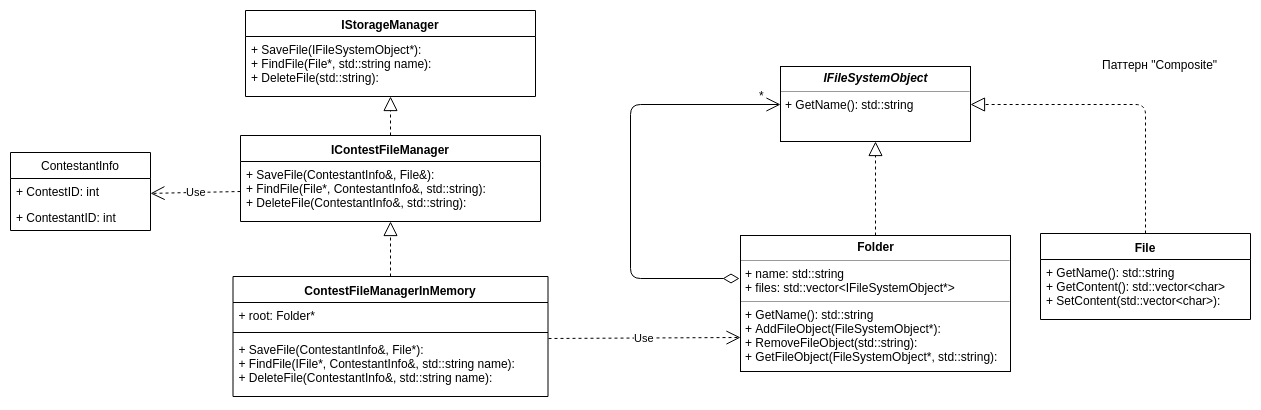
The draw.io diagram libfilebase/docs/FileStorageUML.png in tp-contest/pickle-rick, before a commit. Source tidied: cells renumbered, new cells last; positions are measured from the earlier drawing's top-left corner, leaving out a move shared by most shapes.
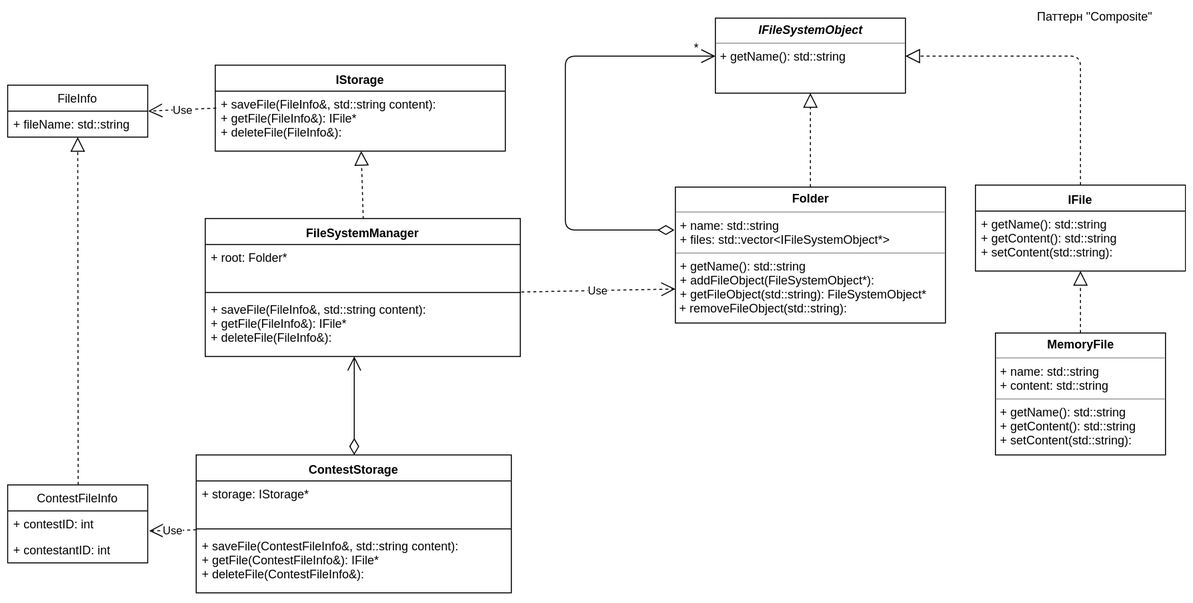
Later version of the same file.

Commit message:
updated UML to show the changes done during the rework

What changed in the source:
```diff
@@ -2,16 +2,16 @@
   <root>
     <mxCell id="0" />
     <mxCell id="1" parent="0" />
-    <mxCell id="2" value="&lt;p style=&quot;margin: 0px ; margin-top: 4px ; text-align: center&quot;&gt;&lt;i&gt;&lt;b&gt;IFileSystemObject&lt;/b&gt;&lt;/i&gt;&lt;br&gt;&lt;/p&gt;&lt;hr size=&quot;1&quot;&gt;&lt;p style=&quot;margin: 0px ; margin-left: 4px&quot;&gt;+ GetName(): std::string&lt;/p&gt;" style="verticalAlign=top;align=left;overflow=fill;fontSize=12;fontFamily=Helvetica;html=1;" parent="1" vertex="1">
+    <mxCell id="2" value="&lt;p style=&quot;margin: 0px ; margin-top: 4px ; text-align: center&quot;&gt;&lt;i&gt;&lt;b&gt;IFileSystemObject&lt;/b&gt;&lt;/i&gt;&lt;br&gt;&lt;/p&gt;&lt;hr size=&quot;1&quot;&gt;&lt;p style=&quot;margin: 0px ; margin-left: 4px&quot;&gt;+ getName(): std::string&lt;/p&gt;" style="verticalAlign=top;align=left;overflow=fill;fontSize=12;fontFamily=Helvetica;html=1;" parent="1" vertex="1">
       <mxGeometry x="770" y="56" width="190" height="75" as="geometry" />
     </mxCell>
-    <mxCell id="3" value="File" style="swimlane;fontStyle=1;align=center;verticalAlign=top;horizontal=1;startSize=26;" parent="1" vertex="1">
+    <mxCell id="3" value="IFile" style="swimlane;fontStyle=1;align=center;verticalAlign=top;horizontal=1;startSize=26;" parent="1" vertex="1">
       <mxGeometry x="1030" y="223" width="210" height="86" as="geometry" />
     </mxCell>
-    <mxCell id="4" value="+ GetName(): std::string&#10;+ GetContent(): std::vector&lt;char&gt;&#10;+ SetContent(std::vector&lt;char&gt;):&#10;" style="text;strokeColor=none;fillColor=none;align=left;verticalAlign=top;spacingLeft=4;spacingRight=4;overflow=hidden;points=[[0,0.5],[1,0.5]];portConstraint=eastwest;" parent="3" vertex="1">
+    <mxCell id="4" value="+ getName(): std::string&#10;+ getContent(): std::string&#10;+ setContent(std::string):&#10;" style="text;strokeColor=none;fillColor=none;align=left;verticalAlign=top;spacingLeft=4;spacingRight=4;overflow=hidden;points=[[0,0.5],[1,0.5]];portConstraint=eastwest;" parent="3" vertex="1">
       <mxGeometry y="26" width="210" height="60" as="geometry" />
     </mxCell>
-    <mxCell id="5" value="&lt;p style=&quot;margin: 0px ; margin-top: 4px ; text-align: center&quot;&gt;&lt;b&gt;Folder&lt;/b&gt;&lt;/p&gt;&lt;hr size=&quot;1&quot;&gt;&lt;p style=&quot;margin: 0px ; margin-left: 4px&quot;&gt;+ name: std::string&lt;br&gt;+ files: std::vector&amp;lt;IFileSystemObject*&amp;gt;&lt;/p&gt;&lt;hr size=&quot;1&quot;&gt;&lt;p style=&quot;margin: 0px ; margin-left: 4px&quot;&gt;+ GetName(): std::string&lt;/p&gt;&lt;p style=&quot;margin: 0px ; margin-left: 4px&quot;&gt;+ AddFileObject(FileSystemObject*):&lt;/p&gt;&lt;p style=&quot;margin: 0px ; margin-left: 4px&quot;&gt;+ RemoveFileObject(std::string):&lt;/p&gt;&lt;p style=&quot;margin: 0px ; margin-left: 4px&quot;&gt;+ GetFileObject(FileSystemObject*, std::string):&lt;/p&gt;" style="verticalAlign=top;align=left;overflow=fill;fontSize=12;fontFamily=Helvetica;html=1;" parent="1" vertex="1">
+    <mxCell id="5" value="&lt;p style=&quot;margin: 0px ; margin-top: 4px ; text-align: center&quot;&gt;&lt;b&gt;Folder&lt;/b&gt;&lt;/p&gt;&lt;hr size=&quot;1&quot;&gt;&lt;p style=&quot;margin: 0px ; margin-left: 4px&quot;&gt;+ name: std::string&lt;br&gt;+ files: std::vector&amp;lt;IFileSystemObject*&amp;gt;&lt;/p&gt;&lt;hr size=&quot;1&quot;&gt;&lt;p style=&quot;margin: 0px ; margin-left: 4px&quot;&gt;+ getName(): std::string&lt;/p&gt;&lt;p style=&quot;margin: 0px ; margin-left: 4px&quot;&gt;+ addFileObject(FileSystemObject*):&lt;/p&gt;&lt;p style=&quot;margin: 0px ; margin-left: 4px&quot;&gt;+ getFileObject(std::string): FileSystemObject*&lt;/p&gt;&amp;nbsp;+ removeFileObject(std::string):" style="verticalAlign=top;align=left;overflow=fill;fontSize=12;fontFamily=Helvetica;html=1;" parent="1" vertex="1">
       <mxGeometry x="730" y="225" width="270" height="136" as="geometry" />
     </mxCell>
     <mxCell id="6" value="&lt;br&gt;&lt;br&gt;" style="endArrow=open;html=1;endSize=12;startArrow=diamondThin;startSize=14;startFill=0;edgeStyle=orthogonalEdgeStyle;align=left;verticalAlign=bottom;entryX=0;entryY=0.5;entryDx=0;entryDy=0;exitX=-0.004;exitY=0.314;exitDx=0;exitDy=0;exitPerimeter=0;" parent="1" edge="1" source="5" target="2">
@@ -35,55 +35,82 @@
         </Array>
       </mxGeometry>
     </mxCell>
-    <mxCell id="10" value="ContestFileManagerInMemory" style="swimlane;fontStyle=1;align=center;verticalAlign=top;horizontal=1;startSize=26;" parent="1" vertex="1">
-      <mxGeometry x="222.5" y="266" width="315" height="120" as="geometry" />
-    </mxCell>
-    <mxCell id="11" value="+ root: Folder*" style="text;strokeColor=none;fillColor=none;align=left;verticalAlign=top;spacingLeft=4;spacingRight=4;overflow=hidden;points=[[0,0.5],[1,0.5]];portConstraint=eastwest;" parent="10" vertex="1">
-      <mxGeometry y="26" width="315" height="26" as="geometry" />
-    </mxCell>
-    <mxCell id="12" style="line;strokeWidth=1;fillColor=none;align=left;verticalAlign=middle;spacingTop=-1;spacingLeft=3;spacingRight=3;labelPosition=right;" parent="10" vertex="1">
-      <mxGeometry y="52" width="315" height="8" as="geometry" />
-    </mxCell>
-    <mxCell id="13" value="+ SaveFile(ContestantInfo&amp;, File*):&#10;+ FindFile(IFile*, ContestantInfo&amp;, std::string name): &#10;+ DeleteFile(ContestantInfo&amp;, std::string name):&#10;" style="text;strokeColor=none;fillColor=none;align=left;verticalAlign=top;spacingLeft=4;spacingRight=4;overflow=hidden;points=[[0,0.5],[1,0.5]];portConstraint=eastwest;" parent="10" vertex="1">
-      <mxGeometry y="60" width="315" height="60" as="geometry" />
-    </mxCell>
-    <mxCell id="14" value="Use" style="endArrow=open;endSize=12;dashed=1;html=1;exitX=1.002;exitY=0.037;exitDx=0;exitDy=0;entryX=0;entryY=0.75;entryDx=0;entryDy=0;exitPerimeter=0;" parent="1" edge="1" source="13" target="5">
+    <mxCell id="14" value="Use" style="endArrow=open;endSize=12;dashed=1;html=1;exitX=1.004;exitY=1.089;exitDx=0;exitDy=0;entryX=0;entryY=0.75;entryDx=0;entryDy=0;exitPerimeter=0;" parent="1" edge="1" source="11" target="5">
       <mxGeometry relative="1" as="geometry" />
     </mxCell>
-    <mxCell id="15" value="IStorageManager" style="swimlane;fontStyle=1;align=center;verticalAlign=top;horizontal=1;startSize=26;" parent="1" vertex="1">
-      <mxGeometry x="235" width="290" height="86" as="geometry" />
-    </mxCell>
-    <mxCell id="16" value="+ SaveFile(IFileSystemObject*):&#10;+ FindFile(File*, std::string name):&#10;+ DeleteFile(std::string):&#10;" style="text;strokeColor=none;fillColor=none;align=left;verticalAlign=top;spacingLeft=4;spacingRight=4;overflow=hidden;points=[[0,0.5],[1,0.5]];portConstraint=eastwest;" parent="15" vertex="1">
-      <mxGeometry y="26" width="290" height="60" as="geometry" />
-    </mxCell>
-    <mxCell id="17" style="endArrow=block;dashed=1;endFill=0;endSize=12;html=1;" parent="1" edge="1" source="10" target="19">
-      <mxGeometry relative="1" as="geometry" />
-    </mxCell>
-    <mxCell id="18" value="IContestFileManager" style="swimlane;fontStyle=1;align=center;verticalAlign=top;horizontal=1;startSize=26;" parent="1" vertex="1">
-      <mxGeometry x="230" y="125" width="300" height="86" as="geometry" />
-    </mxCell>
-    <mxCell id="19" value="+ SaveFile(ContestantInfo&amp;, File&amp;):&#10;+ FindFile(File*, ContestantInfo&amp;, std::string): &#10;+ DeleteFile(ContestantInfo&amp;, std::string):&#10;" style="text;strokeColor=none;fillColor=none;align=left;verticalAlign=top;spacingLeft=4;spacingRight=4;overflow=hidden;points=[[0,0.5],[1,0.5]];portConstraint=eastwest;" parent="18" vertex="1">
-      <mxGeometry y="26" width="300" height="60" as="geometry" />
-    </mxCell>
-    <mxCell id="20" value="Use" style="endArrow=open;endSize=12;dashed=1;html=1;exitX=0;exitY=0.5;exitDx=0;exitDy=0;" parent="1" edge="1" source="19">
-      <mxGeometry relative="1" as="geometry">
-        <mxPoint x="140" y="182.9" as="targetPoint" />
-      </mxGeometry>
+    <mxCell id="20" value="Use" style="endArrow=open;endSize=12;dashed=1;html=1;exitX=0;exitY=-0.044;exitDx=0;exitDy=0;exitPerimeter=0;entryX=1.012;entryY=0.752;entryDx=0;entryDy=0;entryPerimeter=0;" parent="1" edge="1" source="38" target="24">
+      <mxGeometry relative="1" as="geometry" />
     </mxCell>
     <mxCell id="21" value="Паттерн &quot;Composite&quot;" style="text;html=1;align=left;verticalAlign=top;spacingTop=-4;" parent="1" vertex="1">
       <mxGeometry x="1090" y="45" width="130" height="20" as="geometry" />
     </mxCell>
-    <mxCell id="22" style="endArrow=block;dashed=1;endFill=0;endSize=12;html=1;" parent="1" edge="1" source="18" target="16">
-      <mxGeometry relative="1" as="geometry" />
-    </mxCell>
-    <mxCell id="23" value="ContestantInfo" style="swimlane;fontStyle=0;horizontal=1;startSize=26;fillColor=none;" parent="1" vertex="1">
-      <mxGeometry y="142" width="140" height="78" as="geometry" />
+    <mxCell id="23" value="ContestFileInfo" style="swimlane;fontStyle=0;horizontal=1;startSize=26;fillColor=none;" parent="1" vertex="1">
+      <mxGeometry x="62.5" y="523" width="140" height="78" as="geometry" />
     </mxCell>
-    <mxCell id="24" value="+ ContestID: int" style="text;strokeColor=none;fillColor=none;align=left;verticalAlign=top;spacingLeft=4;spacingRight=4;overflow=hidden;points=[[0,0.5],[1,0.5]];portConstraint=eastwest;" parent="23" vertex="1">
+    <mxCell id="24" value="+ contestID: int" style="text;strokeColor=none;fillColor=none;align=left;verticalAlign=top;spacingLeft=4;spacingRight=4;overflow=hidden;points=[[0,0.5],[1,0.5]];portConstraint=eastwest;" parent="23" vertex="1">
       <mxGeometry y="26" width="140" height="26" as="geometry" />
     </mxCell>
-    <mxCell id="25" value="+ ContestantID: int" style="text;strokeColor=none;fillColor=none;align=left;verticalAlign=top;spacingLeft=4;spacingRight=4;overflow=hidden;" parent="23" vertex="1">
+    <mxCell id="25" value="+ contestantID: int" style="text;strokeColor=none;fillColor=none;align=left;verticalAlign=top;spacingLeft=4;spacingRight=4;overflow=hidden;" parent="23" vertex="1">
       <mxGeometry y="52" width="140" height="26" as="geometry" />
     </mxCell>
+    <mxCell id="26" value="&lt;p style=&quot;margin: 0px ; margin-top: 4px ; text-align: center&quot;&gt;&lt;b&gt;MemoryFile&lt;/b&gt;&lt;/p&gt;&lt;hr size=&quot;1&quot;&gt;&lt;p style=&quot;margin: 0px ; margin-left: 4px&quot;&gt;+ name: std::string&lt;br&gt;&lt;/p&gt;&lt;p style=&quot;margin: 0px ; margin-left: 4px&quot;&gt;+ content: std::string&lt;/p&gt;&lt;hr size=&quot;1&quot;&gt;&lt;p style=&quot;margin: 0px ; margin-left: 4px&quot;&gt;+ getName(): std::string&lt;/p&gt;&lt;p style=&quot;margin: 0px ; margin-left: 4px&quot;&gt;+ getContent(): std::string&lt;/p&gt;&lt;p style=&quot;margin: 0px ; margin-left: 4px&quot;&gt;+ setContent(std::string):&lt;/p&gt;" style="verticalAlign=top;align=left;overflow=fill;fontSize=12;fontFamily=Helvetica;html=1;" parent="1" vertex="1">
+      <mxGeometry x="1050" y="371" width="170" height="122" as="geometry" />
+    </mxCell>
+    <mxCell id="27" style="endArrow=block;dashed=1;endFill=0;endSize=12;html=1;exitX=0.5;exitY=0;exitDx=0;exitDy=0;" parent="1" edge="1" source="26" target="4">
+      <mxGeometry relative="1" as="geometry" />
+    </mxCell>
+    <mxCell id="28" value="FileInfo" style="swimlane;fontStyle=0;horizontal=1;startSize=26;fillColor=none;" parent="1" vertex="1">
+      <mxGeometry x="62.5" y="123" width="140" height="52" as="geometry" />
+    </mxCell>
+    <mxCell id="29" value="+ fileName: std::string" style="text;strokeColor=none;fillColor=none;align=left;verticalAlign=top;spacingLeft=4;spacingRight=4;overflow=hidden;points=[[0,0.5],[1,0.5]];portConstraint=eastwest;" parent="28" vertex="1">
+      <mxGeometry y="26" width="140" height="26" as="geometry" />
+    </mxCell>
+    <mxCell id="30" style="endArrow=block;dashed=1;endFill=0;endSize=12;html=1;exitX=0.5;exitY=0;exitDx=0;exitDy=0;" parent="1" edge="1" source="23" target="29">
+      <mxGeometry relative="1" as="geometry" />
+    </mxCell>
+    <mxCell id="31" value="IStorage" style="swimlane;fontStyle=1;align=center;verticalAlign=top;horizontal=1;startSize=26;" parent="1" vertex="1">
+      <mxGeometry x="270" y="103" width="290" height="86" as="geometry" />
+    </mxCell>
+    <mxCell id="32" value="+ saveFile(FileInfo&amp;, std::string content):&#10;+ getFile(FileInfo&amp;): IFile*&#10;+ deleteFile(FileInfo&amp;):&#10;" style="text;strokeColor=none;fillColor=none;align=left;verticalAlign=top;spacingLeft=4;spacingRight=4;overflow=hidden;points=[[0,0.5],[1,0.5]];portConstraint=eastwest;" parent="31" vertex="1">
+      <mxGeometry y="26" width="290" height="60" as="geometry" />
+    </mxCell>
+    <mxCell id="33" style="endArrow=block;dashed=1;endFill=0;endSize=12;html=1;exitX=0.5;exitY=0;exitDx=0;exitDy=0;" parent="1" edge="1" source="39" target="32">
+      <mxGeometry relative="1" as="geometry" />
+    </mxCell>
+    <mxCell id="34" value="Use" style="endArrow=open;endSize=12;dashed=1;html=1;entryX=1;entryY=0.5;entryDx=0;entryDy=0;exitX=0.003;exitY=0.29;exitDx=0;exitDy=0;exitPerimeter=0;" parent="1" edge="1" source="32" target="28">
+      <mxGeometry relative="1" as="geometry" />
+    </mxCell>
+    <mxCell id="35" value="ContestStorage" style="swimlane;fontStyle=1;align=center;verticalAlign=top;horizontal=1;startSize=26;" parent="1" vertex="1">
+      <mxGeometry x="251" y="493" width="315" height="138" as="geometry" />
+    </mxCell>
+    <mxCell id="36" value="+ storage: IStorage*&#10;" style="text;strokeColor=none;fillColor=none;align=left;verticalAlign=top;spacingLeft=4;spacingRight=4;overflow=hidden;" parent="35" vertex="1">
+      <mxGeometry y="26" width="315" height="44" as="geometry" />
+    </mxCell>
+    <mxCell id="37" style="line;strokeWidth=1;fillColor=none;align=left;verticalAlign=middle;spacingTop=-1;spacingLeft=3;spacingRight=3;labelPosition=right;" parent="35" vertex="1">
+      <mxGeometry y="70" width="315" height="8" as="geometry" />
+    </mxCell>
+    <mxCell id="38" value="+ saveFile(ContestFileInfo&amp;, std::string content):&#10;+ getFile(ContestFileInfo&amp;): IFile* &#10;+ deleteFile(ContestFileInfo&amp;):&#10;" style="text;strokeColor=none;fillColor=none;align=left;verticalAlign=top;spacingLeft=4;spacingRight=4;overflow=hidden;points=[[0,0.5],[1,0.5]];portConstraint=eastwest;" parent="35" vertex="1">
+      <mxGeometry y="78" width="315" height="60" as="geometry" />
+    </mxCell>
+    <mxCell id="39" value="FileSystemManager" style="swimlane;fontStyle=1;align=center;verticalAlign=top;horizontal=1;startSize=26;" parent="1" vertex="1">
+      <mxGeometry x="260" y="256.5" width="315" height="138" as="geometry" />
+    </mxCell>
+    <mxCell id="11" value="+ root: Folder*&#10;" style="text;strokeColor=none;fillColor=none;align=left;verticalAlign=top;spacingLeft=4;spacingRight=4;overflow=hidden;points=[[0,0.5],[1,0.5]];portConstraint=eastwest;" parent="39" vertex="1">
+      <mxGeometry y="26" width="315" height="44" as="geometry" />
+    </mxCell>
+    <mxCell id="40" style="line;strokeWidth=1;fillColor=none;align=left;verticalAlign=middle;spacingTop=-1;spacingLeft=3;spacingRight=3;labelPosition=right;" parent="39" vertex="1">
+      <mxGeometry y="70" width="315" height="8" as="geometry" />
+    </mxCell>
+    <mxCell id="41" value="+ saveFile(FileInfo&amp;, std::string content):&#10;+ getFile(FileInfo&amp;): IFile* &#10;+ deleteFile(FileInfo&amp;):&#10;" style="text;strokeColor=none;fillColor=none;align=left;verticalAlign=top;spacingLeft=4;spacingRight=4;overflow=hidden;points=[[0,0.5],[1,0.5]];portConstraint=eastwest;" parent="39" vertex="1">
+      <mxGeometry y="78" width="315" height="60" as="geometry" />
+    </mxCell>
+    <mxCell id="42" value="&lt;br&gt;&lt;br&gt;" style="endArrow=open;html=1;endSize=12;startArrow=diamondThin;startSize=14;startFill=0;edgeStyle=orthogonalEdgeStyle;align=left;verticalAlign=bottom;exitX=0.5;exitY=0;exitDx=0;exitDy=0;" parent="1" edge="1" source="35" target="41">
+      <mxGeometry x="-1" y="3" relative="1" as="geometry">
+        <Array as="points">
+          <mxPoint x="409" y="433" />
+          <mxPoint x="409" y="433" />
+        </Array>
+      </mxGeometry>
+    </mxCell>
   </root>
 </mxGraphModel>
```
